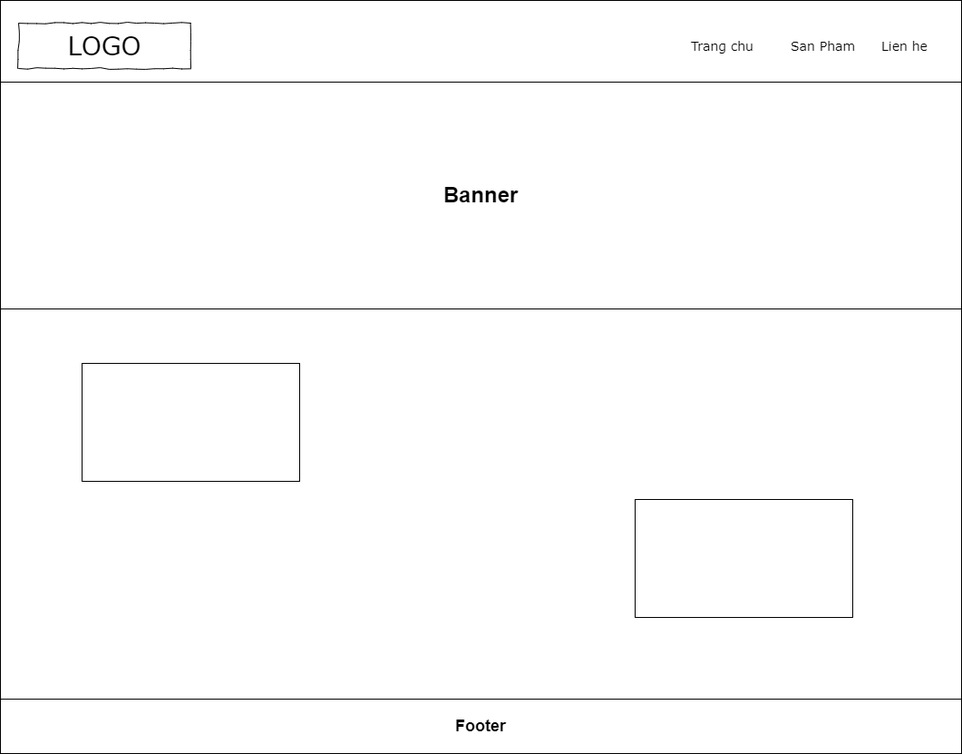
NguyenHocPH36330/Web106_HocNC keeps this draw.io diagram as img/Trang chu.png. Above is the earlier version. Source tidied: cells renumbered, new cells last; positions are measured from the earlier drawing's top-left corner, leaving out a move shared by most shapes. Source of this version:
```xml
<mxGraphModel>
  <root>
    <mxCell id="0" />
    <mxCell id="1" parent="0" />
    <mxCell id="2" style="rounded=0;whiteSpace=wrap;html=1;" parent="1" vertex="1">
      <mxGeometry width="1060" height="830" as="geometry" />
    </mxCell>
    <mxCell id="3" style="rounded=0;whiteSpace=wrap;html=1;" parent="1" vertex="1">
      <mxGeometry width="1060" height="100" as="geometry" />
    </mxCell>
    <mxCell id="4" value="Trang chu" style="text;html=1;align=left;verticalAlign=top;spacingTop=-4;fontSize=14;fontFamily=Verdana;" parent="1" vertex="1">
      <mxGeometry x="760" y="40" width="60" height="20" as="geometry" />
    </mxCell>
    <mxCell id="5" value="San Pham" style="text;html=1;align=left;verticalAlign=top;spacingTop=-4;fontSize=14;fontFamily=Verdana;" parent="1" vertex="1">
      <mxGeometry x="870" y="40" width="60" height="20" as="geometry" />
    </mxCell>
    <mxCell id="6" value="Lien he" style="text;html=1;align=left;verticalAlign=top;spacingTop=-4;fontSize=14;fontFamily=Verdana;" parent="1" vertex="1">
      <mxGeometry x="970" y="40" width="60" height="20" as="geometry" />
    </mxCell>
    <mxCell id="7" value="LOGO" style="whiteSpace=wrap;html=1;rounded=0;shadow=0;labelBackgroundColor=none;strokeWidth=1;fontFamily=Verdana;fontSize=28;align=center;comic=1;" parent="1" vertex="1">
      <mxGeometry x="20" y="25" width="190" height="50" as="geometry" />
    </mxCell>
    <mxCell id="8" value="&lt;h1&gt;Banner&lt;/h1&gt;" style="rounded=0;whiteSpace=wrap;html=1;" parent="1" vertex="1">
      <mxGeometry y="90" width="1060" height="250" as="geometry" />
    </mxCell>
    <mxCell id="9" style="rounded=0;whiteSpace=wrap;html=1;" parent="1" vertex="1">
      <mxGeometry x="90" y="400" width="240" height="130" as="geometry" />
    </mxCell>
    <mxCell id="10" style="rounded=0;whiteSpace=wrap;html=1;" parent="1" vertex="1">
      <mxGeometry x="700" y="550" width="240" height="130" as="geometry" />
    </mxCell>
    <mxCell id="11" value="&lt;h2&gt;Footer&lt;/h2&gt;" style="rounded=0;whiteSpace=wrap;html=1;" parent="1" vertex="1">
      <mxGeometry y="770" width="1060" height="60" as="geometry" />
    </mxCell>
  </root>
</mxGraphModel>
```
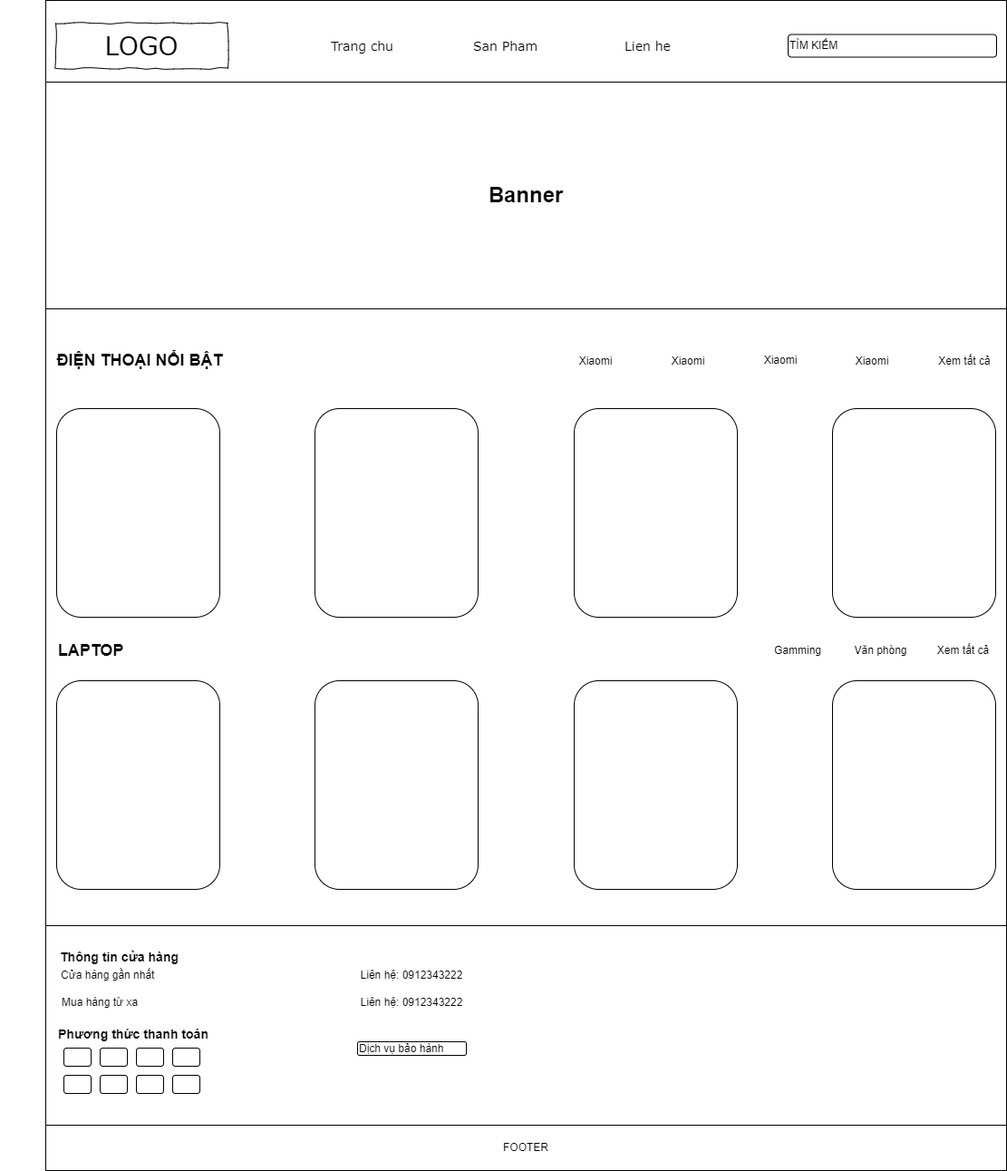
Later version of the same file.

What changed in the source:
```diff
@@ -3,34 +3,136 @@
     <mxCell id="0" />
     <mxCell id="1" parent="0" />
     <mxCell id="2" style="rounded=0;whiteSpace=wrap;html=1;" parent="1" vertex="1">
-      <mxGeometry width="1060" height="830" as="geometry" />
+      <mxGeometry x="-1050" y="100" width="1060" height="1140" as="geometry" />
     </mxCell>
     <mxCell id="3" style="rounded=0;whiteSpace=wrap;html=1;" parent="1" vertex="1">
-      <mxGeometry width="1060" height="100" as="geometry" />
+      <mxGeometry x="-1050" y="100" width="1060" height="100" as="geometry" />
     </mxCell>
-    <mxCell id="4" value="Trang chu" style="text;html=1;align=left;verticalAlign=top;spacingTop=-4;fontSize=14;fontFamily=Verdana;" parent="1" vertex="1">
-      <mxGeometry x="760" y="40" width="60" height="20" as="geometry" />
+    <mxCell id="4" value="Trang chu" style="text;html=1;align=left;verticalAlign=top;spacingTop=-4;fontSize=14;fontFamily=Verdana;flipH=0;" parent="1" vertex="1">
+      <mxGeometry x="-737" y="140" width="75" height="20" as="geometry" />
     </mxCell>
-    <mxCell id="5" value="San Pham" style="text;html=1;align=left;verticalAlign=top;spacingTop=-4;fontSize=14;fontFamily=Verdana;" parent="1" vertex="1">
-      <mxGeometry x="870" y="40" width="60" height="20" as="geometry" />
+    <mxCell id="5" value="San Pham" style="text;html=1;align=left;verticalAlign=top;spacingTop=-4;fontSize=14;fontFamily=Verdana;flipH=0;" parent="1" vertex="1">
+      <mxGeometry x="-580" y="140" width="75" height="20" as="geometry" />
     </mxCell>
-    <mxCell id="6" value="Lien he" style="text;html=1;align=left;verticalAlign=top;spacingTop=-4;fontSize=14;fontFamily=Verdana;" parent="1" vertex="1">
-      <mxGeometry x="970" y="40" width="60" height="20" as="geometry" />
+    <mxCell id="6" value="Lien he" style="text;html=1;align=left;verticalAlign=top;spacingTop=-4;fontSize=14;fontFamily=Verdana;flipH=0;" parent="1" vertex="1">
+      <mxGeometry x="-413" y="140" width="75" height="20" as="geometry" />
     </mxCell>
     <mxCell id="7" value="LOGO" style="whiteSpace=wrap;html=1;rounded=0;shadow=0;labelBackgroundColor=none;strokeWidth=1;fontFamily=Verdana;fontSize=28;align=center;comic=1;" parent="1" vertex="1">
-      <mxGeometry x="20" y="25" width="190" height="50" as="geometry" />
+      <mxGeometry x="-1039" y="125" width="190" height="50" as="geometry" />
     </mxCell>
     <mxCell id="8" value="&lt;h1&gt;Banner&lt;/h1&gt;" style="rounded=0;whiteSpace=wrap;html=1;" parent="1" vertex="1">
-      <mxGeometry y="90" width="1060" height="250" as="geometry" />
+      <mxGeometry x="-1050" y="190" width="1060" height="250" as="geometry" />
     </mxCell>
-    <mxCell id="9" style="rounded=0;whiteSpace=wrap;html=1;" parent="1" vertex="1">
-      <mxGeometry x="90" y="400" width="240" height="130" as="geometry" />
-    </mxCell>
-    <mxCell id="10" style="rounded=0;whiteSpace=wrap;html=1;" parent="1" vertex="1">
-      <mxGeometry x="700" y="550" width="240" height="130" as="geometry" />
-    </mxCell>
-    <mxCell id="11" value="&lt;h2&gt;Footer&lt;/h2&gt;" style="rounded=0;whiteSpace=wrap;html=1;" parent="1" vertex="1">
-      <mxGeometry y="770" width="1060" height="60" as="geometry" />
+    <mxCell id="11" value="&lt;h2&gt;&lt;br&gt;&lt;/h2&gt;" style="rounded=0;whiteSpace=wrap;html=1;align=left;" parent="1" vertex="1">
+      <mxGeometry x="-1050" y="1120" width="1060" height="270" as="geometry" />
     </mxCell>
+    <mxCell id="12" style="group;" parent="1" vertex="1">
+      <mxGeometry x="-1000" y="550" width="880" height="230" as="geometry" />
+    </mxCell>
+    <mxCell id="13" style="rounded=1;whiteSpace=wrap;html=1;flipH=0;flipV=0;" parent="12" vertex="1">
+      <mxGeometry x="-38" width="180" height="230" as="geometry" />
+    </mxCell>
+    <mxCell id="14" style="rounded=1;whiteSpace=wrap;html=1;flipH=0;flipV=0;" parent="12" vertex="1">
+      <mxGeometry x="533" width="180" height="230" as="geometry" />
+    </mxCell>
+    <mxCell id="15" value="&lt;h2&gt;ĐIỆN THOẠI NỔI BẬT&lt;/h2&gt;" style="text;html=1;strokeColor=none;fillColor=none;align=center;verticalAlign=middle;whiteSpace=wrap;rounded=0;" parent="1" vertex="1">
+      <mxGeometry x="-1046" y="470" width="200" height="55" as="geometry" />
+    </mxCell>
+    <mxCell id="16" value="&lt;h2&gt;LAPTOP&lt;/h2&gt;" style="text;html=1;strokeColor=none;fillColor=none;align=center;verticalAlign=middle;whiteSpace=wrap;rounded=0;" parent="1" vertex="1">
+      <mxGeometry x="-1100" y="790" width="200" height="55" as="geometry" />
+    </mxCell>
+    <mxCell id="17" value="TÌM KIẾM" style="rounded=1;whiteSpace=wrap;html=1;align=left;" parent="1" vertex="1">
+      <mxGeometry x="-231" y="137.5" width="230" height="25" as="geometry" />
+    </mxCell>
+    <mxCell id="18" value="&lt;h3&gt;Thông tin cửa hàng&lt;/h3&gt;" style="text;html=1;strokeColor=none;fillColor=none;align=left;verticalAlign=middle;whiteSpace=wrap;rounded=0;" parent="1" vertex="1">
+      <mxGeometry x="-1036" y="1140" width="140" height="30" as="geometry" />
+    </mxCell>
+    <mxCell id="19" value="&lt;h3&gt;Phương thức thanh toán&lt;/h3&gt;" style="text;html=1;strokeColor=none;fillColor=none;align=center;verticalAlign=middle;whiteSpace=wrap;rounded=0;" parent="1" vertex="1">
+      <mxGeometry x="-1038" y="1225" width="170" height="30" as="geometry" />
+    </mxCell>
+    <mxCell id="20" style="rounded=1;whiteSpace=wrap;html=1;" parent="1" vertex="1">
+      <mxGeometry x="-1030" y="1255" width="30" height="20" as="geometry" />
+    </mxCell>
+    <mxCell id="21" style="rounded=1;whiteSpace=wrap;html=1;" parent="1" vertex="1">
+      <mxGeometry x="-990" y="1255" width="30" height="20" as="geometry" />
+    </mxCell>
+    <mxCell id="22" style="rounded=1;whiteSpace=wrap;html=1;" parent="1" vertex="1">
+      <mxGeometry x="-950" y="1255" width="30" height="20" as="geometry" />
+    </mxCell>
+    <mxCell id="23" style="rounded=1;whiteSpace=wrap;html=1;" parent="1" vertex="1">
+      <mxGeometry x="-910" y="1255" width="30" height="20" as="geometry" />
+    </mxCell>
+    <mxCell id="24" style="rounded=1;whiteSpace=wrap;html=1;" parent="1" vertex="1">
+      <mxGeometry x="-1030" y="1285" width="30" height="20" as="geometry" />
+    </mxCell>
+    <mxCell id="25" style="rounded=1;whiteSpace=wrap;html=1;" parent="1" vertex="1">
+      <mxGeometry x="-990" y="1285" width="30" height="20" as="geometry" />
+    </mxCell>
+    <mxCell id="26" style="rounded=1;whiteSpace=wrap;html=1;" parent="1" vertex="1">
+      <mxGeometry x="-950" y="1285" width="30" height="20" as="geometry" />
+    </mxCell>
+    <mxCell id="27" style="rounded=1;whiteSpace=wrap;html=1;" parent="1" vertex="1">
+      <mxGeometry x="-910" y="1285" width="30" height="20" as="geometry" />
+    </mxCell>
+    <mxCell id="28" value="FOOTER" style="rounded=0;whiteSpace=wrap;html=1;" parent="1" vertex="1">
+      <mxGeometry x="-1050" y="1340" width="1060" height="50" as="geometry" />
+    </mxCell>
+    <mxCell id="29" style="rounded=1;whiteSpace=wrap;html=1;flipH=0;flipV=0;" parent="1" vertex="1">
+      <mxGeometry x="-182" y="550" width="180" height="230" as="geometry" />
+    </mxCell>
+    <mxCell id="30" style="rounded=1;whiteSpace=wrap;html=1;flipH=0;flipV=0;" parent="1" vertex="1">
+      <mxGeometry x="-753" y="550" width="180" height="230" as="geometry" />
+    </mxCell>
+    <mxCell id="31" style="rounded=1;whiteSpace=wrap;html=1;flipH=0;flipV=0;" parent="1" vertex="1">
+      <mxGeometry x="-1038" y="850" width="180" height="230" as="geometry" />
+    </mxCell>
+    <mxCell id="32" style="rounded=1;whiteSpace=wrap;html=1;flipH=0;flipV=0;" parent="1" vertex="1">
+      <mxGeometry x="-467" y="850" width="180" height="230" as="geometry" />
+    </mxCell>
+    <mxCell id="33" style="rounded=1;whiteSpace=wrap;html=1;flipH=0;flipV=0;" parent="1" vertex="1">
+      <mxGeometry x="-182" y="850" width="180" height="230" as="geometry" />
+    </mxCell>
+    <mxCell id="34" style="rounded=1;whiteSpace=wrap;html=1;flipH=0;flipV=0;" parent="1" vertex="1">
+      <mxGeometry x="-753" y="850" width="180" height="230" as="geometry" />
+    </mxCell>
+    <mxCell id="35" value="Xiaomi" style="text;html=1;strokeColor=none;fillColor=none;align=center;verticalAlign=middle;whiteSpace=wrap;rounded=0;flipH=1;" parent="1" vertex="1">
+      <mxGeometry x="-473" y="483" width="60" height="30" as="geometry" />
+    </mxCell>
+    <mxCell id="36" value="Xiaomi" style="text;html=1;strokeColor=none;fillColor=none;align=center;verticalAlign=middle;whiteSpace=wrap;rounded=0;flipH=1;" parent="1" vertex="1">
+      <mxGeometry x="-371" y="483" width="60" height="30" as="geometry" />
+    </mxCell>
+    <mxCell id="37" value="Xiaomi" style="text;html=1;strokeColor=none;fillColor=none;align=center;verticalAlign=middle;whiteSpace=wrap;rounded=0;flipH=1;" parent="1" vertex="1">
+      <mxGeometry x="-269" y="482.5" width="60" height="30" as="geometry" />
+    </mxCell>
+    <mxCell id="38" value="Xiaomi" style="text;html=1;strokeColor=none;fillColor=none;align=center;verticalAlign=middle;whiteSpace=wrap;rounded=0;flipH=1;" parent="1" vertex="1">
+      <mxGeometry x="-168" y="483" width="60" height="30" as="geometry" />
+    </mxCell>
+    <mxCell id="39" value="Xem tất cả" style="text;html=1;strokeColor=none;fillColor=none;align=center;verticalAlign=middle;whiteSpace=wrap;rounded=0;flipH=1;" parent="1" vertex="1">
+      <mxGeometry x="-66" y="483" width="60" height="30" as="geometry" />
+    </mxCell>
+    <mxCell id="40" value="Cửa hàng gần nhất" style="text;html=1;strokeColor=none;fillColor=none;align=left;verticalAlign=middle;whiteSpace=wrap;rounded=0;" parent="1" vertex="1">
+      <mxGeometry x="-1035" y="1160" width="138" height="30" as="geometry" />
+    </mxCell>
+    <mxCell id="41" value="Mua hàng từ xa" style="text;html=1;strokeColor=none;fillColor=none;align=left;verticalAlign=middle;whiteSpace=wrap;rounded=0;" parent="1" vertex="1">
+      <mxGeometry x="-1034" y="1190" width="138" height="30" as="geometry" />
+    </mxCell>
+    <mxCell id="42" value="Gamming" style="text;html=1;strokeColor=none;fillColor=none;align=center;verticalAlign=middle;whiteSpace=wrap;rounded=0;flipH=0;" parent="1" vertex="1">
+      <mxGeometry x="-250" y="802.5" width="60" height="30" as="geometry" />
+    </mxCell>
+    <mxCell id="43" value="Văn phòng" style="text;html=1;strokeColor=none;fillColor=none;align=center;verticalAlign=middle;whiteSpace=wrap;rounded=0;flipH=0;" parent="1" vertex="1">
+      <mxGeometry x="-167" y="802.5" width="77" height="30" as="geometry" />
+    </mxCell>
+    <mxCell id="44" value="Xem tất cả" style="text;html=1;strokeColor=none;fillColor=none;align=center;verticalAlign=middle;whiteSpace=wrap;rounded=0;flipH=0;" parent="1" vertex="1">
+      <mxGeometry x="-76" y="802.5" width="77" height="30" as="geometry" />
+    </mxCell>
+    <mxCell id="45" value="Liên hệ: 0912343222" style="text;html=1;strokeColor=none;fillColor=none;align=center;verticalAlign=middle;whiteSpace=wrap;rounded=0;" parent="1" vertex="1">
+      <mxGeometry x="-712" y="1160" width="132" height="30" as="geometry" />
+    </mxCell>
+    <mxCell id="46" value="Liên hệ: 0912343222" style="text;html=1;strokeColor=none;fillColor=none;align=center;verticalAlign=middle;whiteSpace=wrap;rounded=0;" parent="1" vertex="1">
+      <mxGeometry x="-712" y="1190" width="132" height="30" as="geometry" />
+    </mxCell>
+    <mxCell id="47" value="Dịch vụ bảo hành" style="rounded=1;whiteSpace=wrap;html=1;align=left;" parent="1" vertex="1">
+      <mxGeometry x="-706" y="1248" width="120" height="15" as="geometry" />
+    </mxCell>
   </root>
 </mxGraphModel>
```
